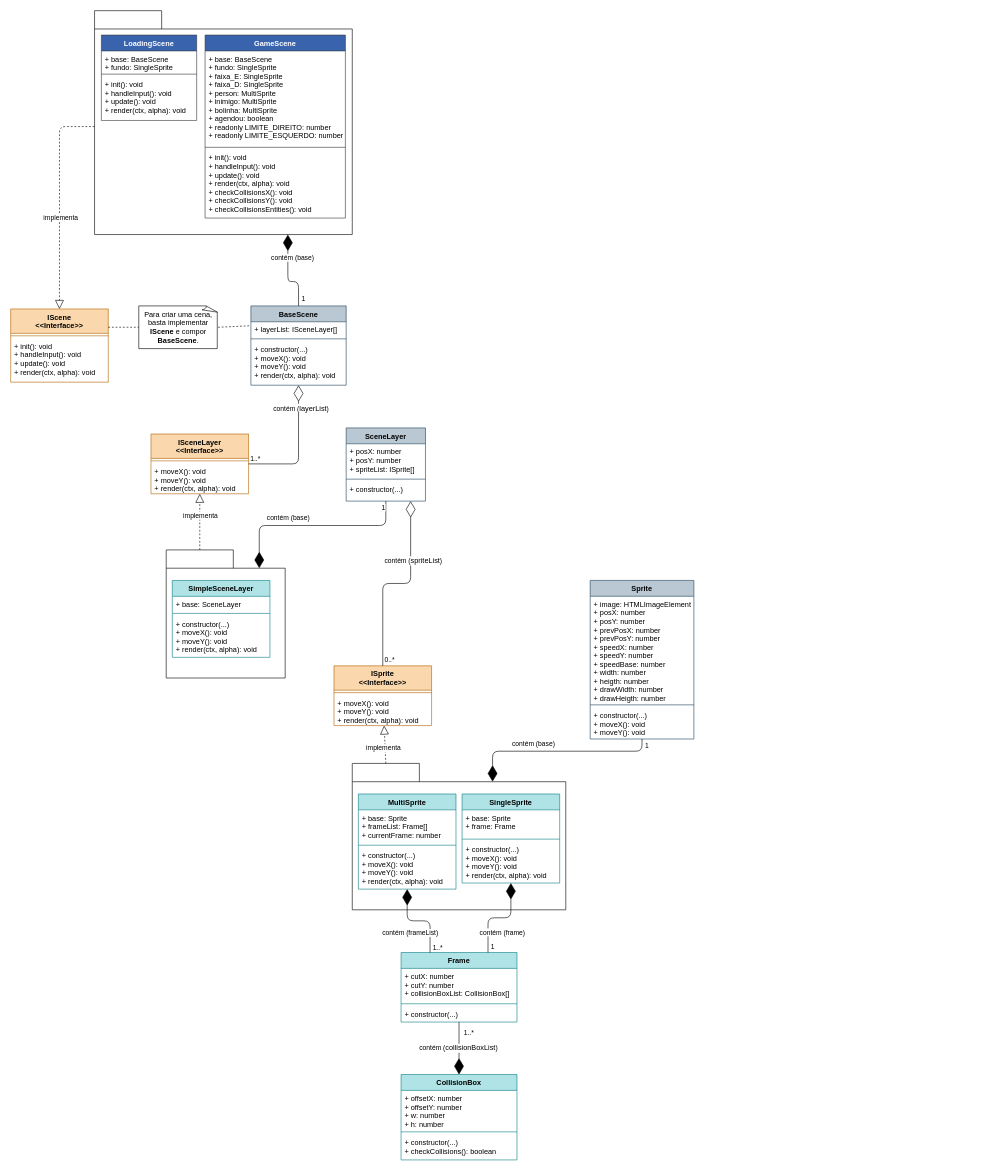
This is diagram.drawio from DavidVSantiago/engine-zig-typescript, a draw.io file, before an edit. Source tidied: cells renumbered, new cells numbered last; positions are measured from the earlier drawing's top-left corner, leaving out a move shared by most shapes. Both pictures are drawn from the tidied source at 61%, with x=0, y=0 at pixel (10, 10).
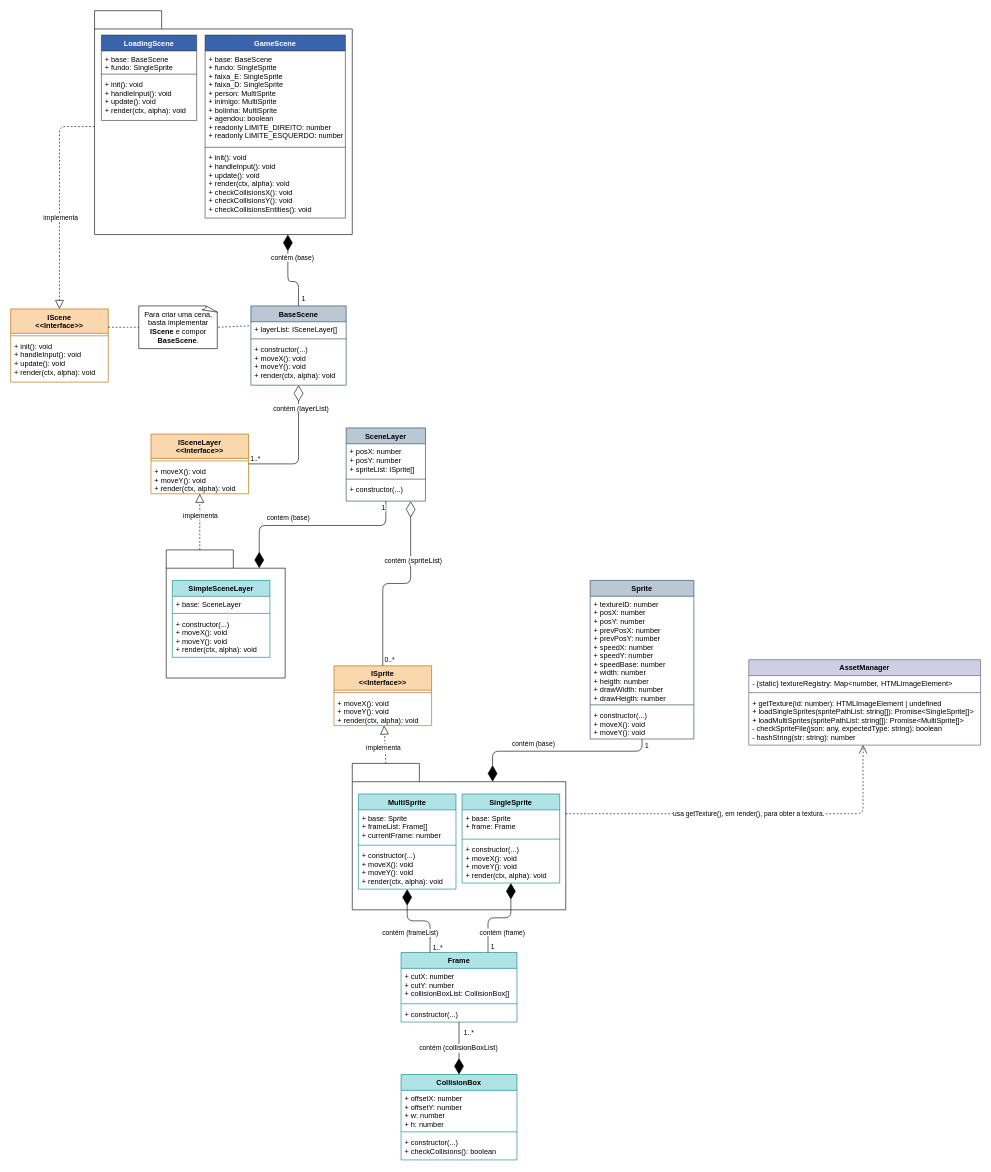
After the change.

The change refers to these unchanged cells:
```xml
<mxCell id="2" style="shape=folder;fontStyle=1;tabWidth=110;tabHeight=30;tabPosition=left;html=1;boundedLbl=1;labelInHeader=1;" parent="1" vertex="1">
  <mxGeometry x="560" y="1234" width="350" height="240" as="geometry" />
</mxCell>
<mxCell id="18" value="Sprite" style="swimlane;fontStyle=1;align=center;verticalAlign=top;horizontal=1;startSize=26;fillColor=#bac8d3;strokeColor=#23445d;" parent="1" vertex="1">
  <mxGeometry x="950" y="934" width="170" height="260" as="geometry" />
</mxCell>
```

The edit, as a diff of the source:
```diff
@@
-    <mxCell id="19" value="+ image: HTMLImageElement&#10;+ posX: number&#10;+ posY: number&#10;+ prevPosX: number&#10;+ prevPosY: number&#10;+ speedX: number&#10;+ speedY: number&#10;+ speedBase: number&#10;+ width: number&#10;+ heigth: number&#10;+ drawWidth: number&#10;+ drawHeigth: number&#10;" style="text;strokeColor=none;fillColor=none;align=left;verticalAlign=top;spacingLeft=4;spacingRight=4;overflow=hidden;" parent="18" vertex="1">
+    <mxCell id="19" value="+ textureID: number&#10;+ posX: number&#10;+ posY: number&#10;+ prevPosX: number&#10;+ prevPosY: number&#10;+ speedX: number&#10;+ speedY: number&#10;+ speedBase: number&#10;+ width: number&#10;+ heigth: number&#10;+ drawWidth: number&#10;+ drawHeigth: number&#10;" style="text;strokeColor=none;fillColor=none;align=left;verticalAlign=top;spacingLeft=4;spacingRight=4;overflow=hidden;" parent="18" vertex="1">
       <mxGeometry y="26" width="170" height="174" as="geometry" />
     </mxCell>
@@
+    <mxCell id="87" value="AssetManager" style="swimlane;fontStyle=1;align=center;verticalAlign=top;horizontal=1;startSize=26;fillColor=#d0cee2;strokeColor=#56517e;" parent="1" vertex="1">
+      <mxGeometry x="1210" y="1064" width="380" height="140" as="geometry" />
+    </mxCell>
+    <mxCell id="88" value="- {static} textureRegistry: Map&lt;number, HTMLImageElement&gt;&#10;" style="text;strokeColor=none;fillColor=none;align=left;verticalAlign=top;spacingLeft=4;spacingRight=4;overflow=hidden;" parent="87" vertex="1">
+      <mxGeometry y="26" width="380" height="24" as="geometry" />
+    </mxCell>
+    <mxCell id="89" style="line;strokeWidth=1;fillColor=none;align=left;verticalAlign=middle;spacingTop=-1;spacingLeft=3;spacingRight=3;labelPosition=right;strokeColor=inherit;" parent="87" vertex="1">
+      <mxGeometry y="50" width="380" height="8" as="geometry" />
+    </mxCell>
+    <mxCell id="90" value="+ getTexture(id: number): HTMLImageElement | undefined&#10;+ loadSingleSprites(spritePathList: string[]): Promise&lt;SingleSprite[]&gt;&#10;+ loadMultiSprites(spritePathList: string[]): Promise&lt;MultiSprite[]&gt;&#10;- checkSpriteFile(json: any, expectedType: string): boolean&#10;- hashString(str: string): number&#10;" style="text;strokeColor=none;fillColor=none;align=left;verticalAlign=top;spacingLeft=4;spacingRight=4;overflow=hidden;points=[[0,0.5],[1,0.5]];portConstraint=eastwest;" parent="87" vertex="1">
+      <mxGeometry y="58" width="380" height="82" as="geometry" />
+    </mxCell>
+    <mxCell id="91" value="usa getTexture(), em render(), para obter a textura." style="endArrow=open;endSize=12;dashed=1;html=1;exitX=0;exitY=0;exitDx=350;exitDy=82.5;entryX=0.493;entryY=0.998;entryDx=0;entryDy=0;edgeStyle=orthogonalEdgeStyle;exitPerimeter=0;entryPerimeter=0;" parent="1" edge="1" source="2" target="90">
+      <mxGeometry relative="1" as="geometry" />
+    </mxCell>
```
